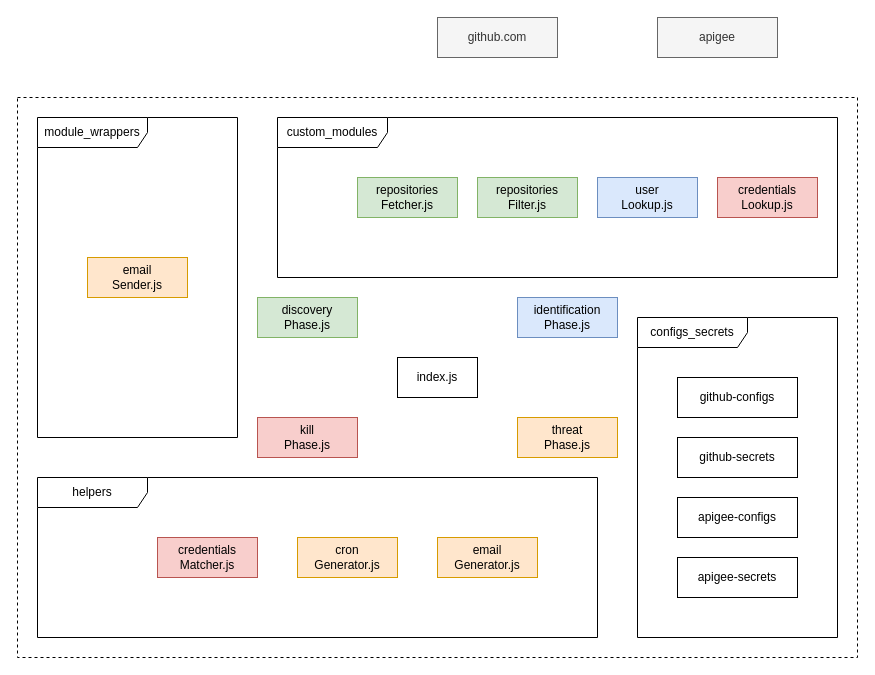
akshitsingla/drawio-diagrams keeps this draw.io diagram as page "modular-architecture" (2 of 3) of a4d/github-leaked-creds.drawio. Above is the earlier version. Source tidied: cells renumbered, new cells numbered last; positions are measured from the earlier drawing's top-left corner, leaving out a move shared by most shapes. Both pictures are drawn from the tidied source at 100%, with x=0, y=0 at pixel (17, 17).
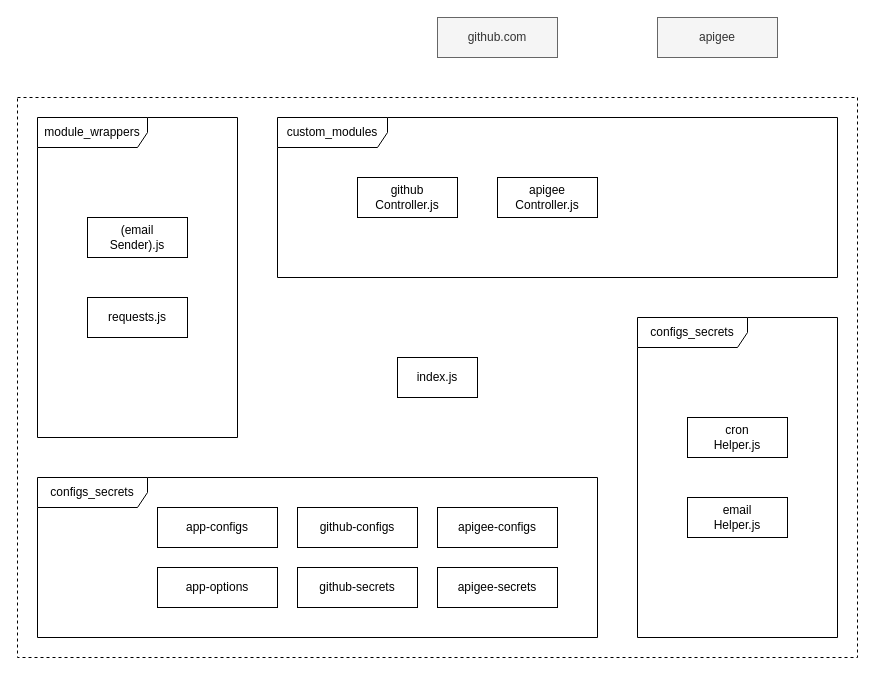
The same page after the edit.

Change to the diagram source:
```diff
@@
-    <mxCell id="6" value="helpers" style="shape=umlFrame;whiteSpace=wrap;html=1;fillColor=#ffffff;width=110;height=30;" parent="1" vertex="1">
+    <mxCell id="6" value="configs_secrets" style="shape=umlFrame;whiteSpace=wrap;html=1;fillColor=#ffffff;width=110;height=30;" parent="1" vertex="1">
       <mxGeometry x="20" y="460" width="560" height="160" as="geometry" />
     </mxCell>
@@
-    <mxCell id="10" value="discovery&lt;br&gt;Phase.js" style="rounded=0;whiteSpace=wrap;html=1;fillColor=#d5e8d4;strokeColor=#82b366;" parent="1" vertex="1">
-      <mxGeometry x="240" y="280" width="100" height="40" as="geometry" />
-    </mxCell>
-    <mxCell id="11" value="identification&lt;br&gt;Phase.js" style="rounded=0;whiteSpace=wrap;html=1;fillColor=#dae8fc;strokeColor=#6c8ebf;" parent="1" vertex="1">
-      <mxGeometry x="500" y="280" width="100" height="40" as="geometry" />
-    </mxCell>
-    <mxCell id="12" value="threat&lt;br&gt;Phase.js" style="rounded=0;whiteSpace=wrap;html=1;fillColor=#ffe6cc;strokeColor=#d79b00;" parent="1" vertex="1">
-      <mxGeometry x="500" y="400" width="100" height="40" as="geometry" />
-    </mxCell>
-    <mxCell id="13" value="kill&lt;br&gt;Phase.js" style="rounded=0;whiteSpace=wrap;html=1;fillColor=#f8cecc;strokeColor=#b85450;" parent="1" vertex="1">
-      <mxGeometry x="240" y="400" width="100" height="40" as="geometry" />
-    </mxCell>
     <mxCell id="14" value="github-configs" style="rounded=0;whiteSpace=wrap;html=1;fillColor=#ffffff;" parent="1" vertex="1">
-      <mxGeometry x="660" y="360" width="120" height="40" as="geometry" />
+      <mxGeometry x="280" y="490" width="120" height="40" as="geometry" />
     </mxCell>
     <mxCell id="15" value="github-secrets" style="rounded=0;whiteSpace=wrap;html=1;fillColor=#ffffff;" parent="1" vertex="1">
-      <mxGeometry x="660" y="420" width="120" height="40" as="geometry" />
+      <mxGeometry x="280" y="550" width="120" height="40" as="geometry" />
     </mxCell>
     <mxCell id="16" value="apigee-configs" style="rounded=0;whiteSpace=wrap;html=1;fillColor=#ffffff;" parent="1" vertex="1">
-      <mxGeometry x="660" y="480" width="120" height="40" as="geometry" />
+      <mxGeometry x="420" y="490" width="120" height="40" as="geometry" />
     </mxCell>
     <mxCell id="17" value="apigee-secrets" style="rounded=0;whiteSpace=wrap;html=1;fillColor=#ffffff;" parent="1" vertex="1">
-      <mxGeometry x="660" y="540" width="120" height="40" as="geometry" />
+      <mxGeometry x="420" y="550" width="120" height="40" as="geometry" />
     </mxCell>
-    <mxCell id="18" value="repositories&lt;br&gt;Fetcher.js" style="rounded=0;whiteSpace=wrap;html=1;fillColor=#d5e8d4;strokeColor=#82b366;" parent="1" vertex="1">
+    <mxCell id="18" value="github&lt;br&gt;Controller.js" style="rounded=0;whiteSpace=wrap;html=1;" parent="1" vertex="1">
       <mxGeometry x="340" y="160" width="100" height="40" as="geometry" />
     </mxCell>
-    <mxCell id="19" value="repositories&lt;br&gt;Filter.js" style="rounded=0;whiteSpace=wrap;html=1;fillColor=#d5e8d4;strokeColor=#82b366;" parent="1" vertex="1">
-      <mxGeometry x="460" y="160" width="100" height="40" as="geometry" />
-    </mxCell>
-    <mxCell id="20" value="user&lt;br&gt;Lookup.js" style="rounded=0;whiteSpace=wrap;html=1;fillColor=#dae8fc;strokeColor=#6c8ebf;" parent="1" vertex="1">
-      <mxGeometry x="580" y="160" width="100" height="40" as="geometry" />
-    </mxCell>
-    <mxCell id="21" value="email&lt;br&gt;Generator.js" style="rounded=0;whiteSpace=wrap;html=1;fillColor=#ffe6cc;strokeColor=#d79b00;" parent="1" vertex="1">
-      <mxGeometry x="420" y="520" width="100" height="40" as="geometry" />
-    </mxCell>
-    <mxCell id="22" value="email&lt;br&gt;Sender.js" style="rounded=0;whiteSpace=wrap;html=1;fillColor=#ffe6cc;strokeColor=#d79b00;" parent="1" vertex="1">
-      <mxGeometry x="70" y="240" width="100" height="40" as="geometry" />
+    <mxCell id="22" value="(email&lt;br&gt;Sender).js" style="rounded=0;whiteSpace=wrap;html=1;" parent="1" vertex="1">
+      <mxGeometry x="70" y="200" width="100" height="40" as="geometry" />
     </mxCell>
-    <mxCell id="23" value="cron&lt;br&gt;Generator.js" style="rounded=0;whiteSpace=wrap;html=1;fillColor=#ffe6cc;strokeColor=#d79b00;" parent="1" vertex="1">
-      <mxGeometry x="280" y="520" width="100" height="40" as="geometry" />
+    <mxCell id="23" value="cron&lt;br&gt;Helper.js" style="rounded=0;whiteSpace=wrap;html=1;" parent="1" vertex="1">
+      <mxGeometry x="670" y="400" width="100" height="40" as="geometry" />
     </mxCell>
-    <mxCell id="24" value="credentials&lt;br&gt;Lookup.js" style="rounded=0;whiteSpace=wrap;html=1;fillColor=#f8cecc;strokeColor=#b85450;" parent="1" vertex="1">
-      <mxGeometry x="700" y="160" width="100" height="40" as="geometry" />
+    <mxCell id="24" value="apigee&lt;br&gt;Controller.js" style="rounded=0;whiteSpace=wrap;html=1;" parent="1" vertex="1">
+      <mxGeometry x="480" y="160" width="100" height="40" as="geometry" />
     </mxCell>
-    <mxCell id="25" value="credentials&lt;br&gt;Matcher.js" style="rounded=0;whiteSpace=wrap;html=1;fillColor=#f8cecc;strokeColor=#b85450;" parent="1" vertex="1">
-      <mxGeometry x="140" y="520" width="100" height="40" as="geometry" />
-    </mxCell>
+    <mxCell id="26" value="email&lt;br&gt;Helper.js" style="rounded=0;whiteSpace=wrap;html=1;" parent="1" vertex="1">
+      <mxGeometry x="670" y="480" width="100" height="40" as="geometry" />
+    </mxCell>
+    <mxCell id="27" value="requests.js" style="rounded=0;whiteSpace=wrap;html=1;" parent="1" vertex="1">
+      <mxGeometry x="70" y="280" width="100" height="40" as="geometry" />
+    </mxCell>
+    <mxCell id="28" value="app-configs" style="rounded=0;whiteSpace=wrap;html=1;fillColor=#ffffff;" parent="1" vertex="1">
+      <mxGeometry x="140" y="490" width="120" height="40" as="geometry" />
+    </mxCell>
+    <mxCell id="29" value="app-options" style="rounded=0;whiteSpace=wrap;html=1;fillColor=#ffffff;" parent="1" vertex="1">
+      <mxGeometry x="140" y="550" width="120" height="40" as="geometry" />
+    </mxCell>
```
